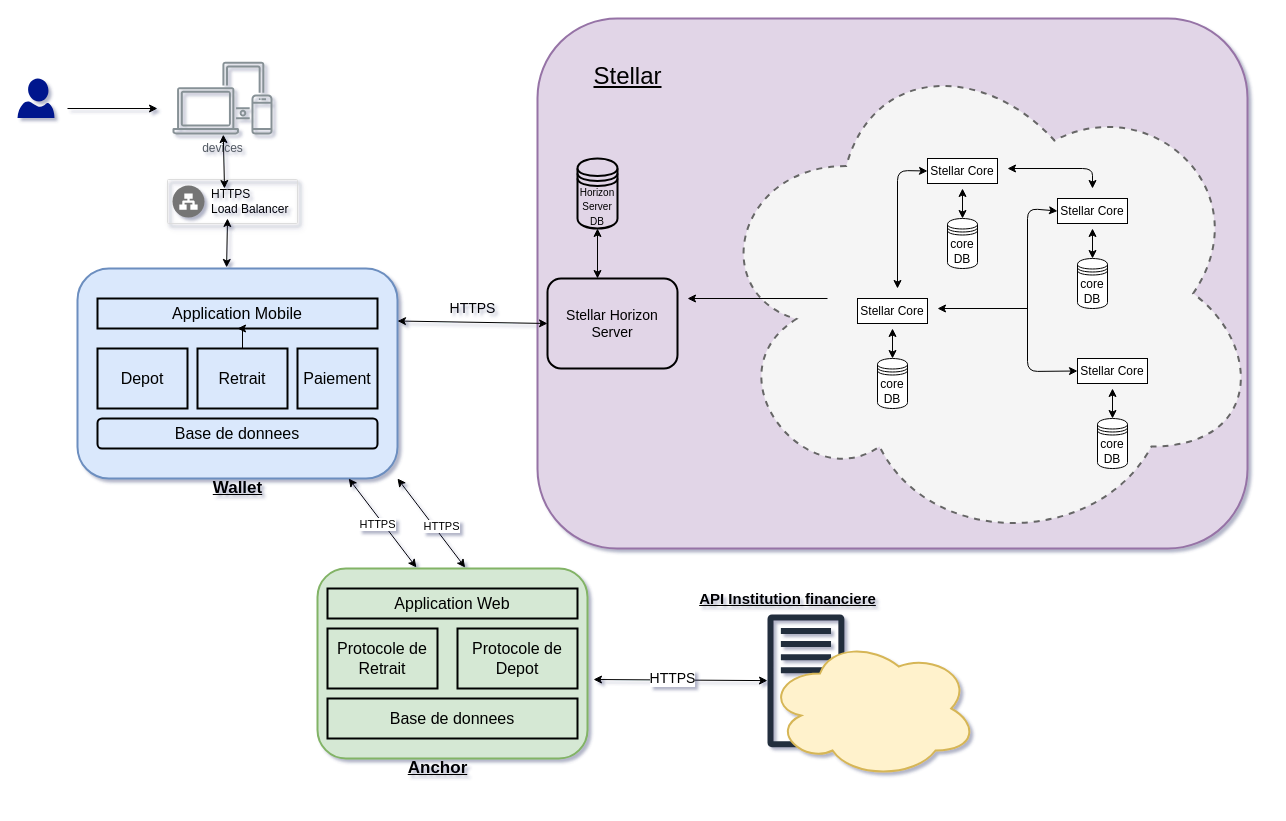
mouhagaye/appdiagram keeps this draw.io diagram as Architecture .drawio. Above is the earlier version. Source tidied: cells renumbered, new cells numbered last; positions are measured from the earlier drawing's top-left corner, leaving out a move shared by most shapes. Both pictures are drawn from the tidied source at 100%, with x=0, y=0 at pixel (17, 18).
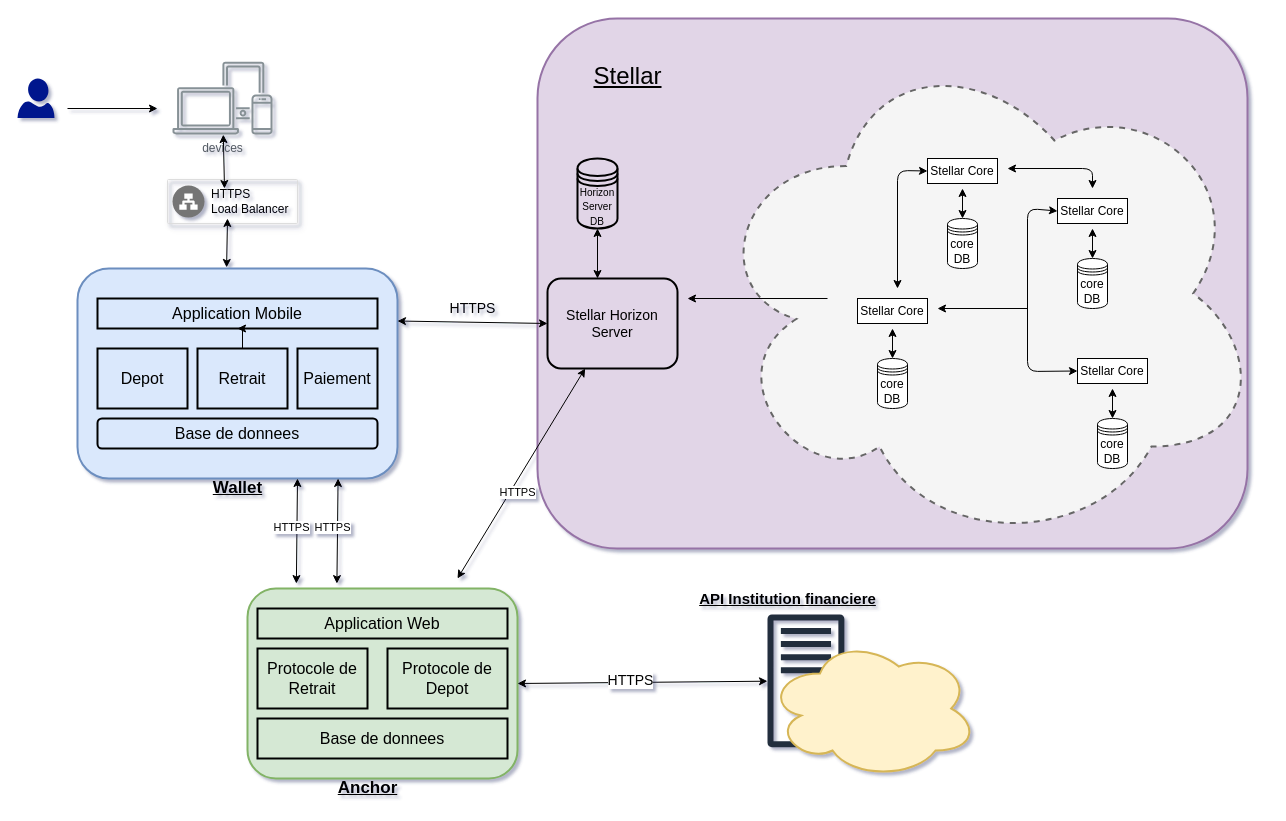
Above is the later version.

The change refers to these unchanged cells:
```xml
<mxCell id="21" value="&lt;font style=&quot;font-size: 14px&quot;&gt;Stellar Horizon&lt;br&gt;Server&lt;/font&gt;" style="rounded=1;whiteSpace=wrap;html=1;strokeWidth=2;fillColor=none;" parent="1" vertex="1">
  <mxGeometry x="530" y="260" width="130" height="90" as="geometry" />
</mxCell>
<mxCell id="25" style="rounded=1;whiteSpace=wrap;html=1;strokeColor=#6c8ebf;strokeWidth=2;fillColor=#dae8fc;" parent="1" vertex="1">
  <mxGeometry x="60" y="250" width="320" height="210" as="geometry" />
</mxCell>
<mxCell id="43" style="outlineConnect=0;fontColor=#232F3E;gradientColor=none;fillColor=#232F3E;strokeColor=none;dashed=0;verticalLabelPosition=bottom;verticalAlign=top;align=center;html=1;fontSize=12;fontStyle=0;shape=mxgraph.aws4.traditional_server;" parent="1" vertex="1">
  <mxGeometry x="750" y="595.7" width="76.9" height="133.3" as="geometry" />
</mxCell>
```

Diff of the diagram source:
```diff
@@
     <mxCell id="34" style="rounded=1;whiteSpace=wrap;html=1;strokeColor=#82b366;strokeWidth=2;fillColor=#d5e8d4;" parent="1" vertex="1">
-      <mxGeometry x="300" y="550" width="270" height="190" as="geometry" />
+      <mxGeometry x="230" y="570" width="270" height="190" as="geometry" />
     </mxCell>
     <mxCell id="35" value="&lt;font style=&quot;font-size: 16px&quot;&gt;Application Web&lt;/font&gt;" style="rounded=0;whiteSpace=wrap;html=1;strokeColor=#000000;strokeWidth=2;fillColor=none;" parent="1" vertex="1">
-      <mxGeometry x="310" y="570" width="250" height="30" as="geometry" />
+      <mxGeometry x="240" y="590" width="250" height="30" as="geometry" />
     </mxCell>
     <mxCell id="36" value="&lt;font style=&quot;font-size: 16px&quot;&gt;Protocole de&lt;br&gt;Retrait&lt;/font&gt;" style="rounded=0;whiteSpace=wrap;html=1;strokeColor=#000000;strokeWidth=2;fillColor=none;" parent="1" vertex="1">
-      <mxGeometry x="310" y="610" width="110" height="60" as="geometry" />
+      <mxGeometry x="240" y="630" width="110" height="60" as="geometry" />
     </mxCell>
     <mxCell id="37" value="&lt;font style=&quot;font-size: 16px&quot;&gt;Protocole de&lt;br&gt;Depot&lt;/font&gt;" style="rounded=0;whiteSpace=wrap;html=1;strokeColor=#000000;strokeWidth=2;fillColor=none;" parent="1" vertex="1">
-      <mxGeometry x="440" y="610" width="120" height="60" as="geometry" />
+      <mxGeometry x="370" y="630" width="120" height="60" as="geometry" />
     </mxCell>
     <mxCell id="38" value="&lt;font style=&quot;font-size: 16px&quot;&gt;Base de donnees&lt;/font&gt;" style="rounded=0;whiteSpace=wrap;html=1;strokeColor=#000000;strokeWidth=2;fillColor=none;" parent="1" vertex="1">
-      <mxGeometry x="310" y="680" width="250" height="40" as="geometry" />
+      <mxGeometry x="240" y="700" width="250" height="40" as="geometry" />
     </mxCell>
-    <mxCell id="39" style="endArrow=classic;startArrow=classic;html=1;entryX=0.547;entryY=-0.005;entryDx=0;entryDy=0;entryPerimeter=0;exitX=1;exitY=1;exitDx=0;exitDy=0;" parent="1" edge="1" source="25" target="34">
-      <mxGeometry relative="1" as="geometry" />
+    <mxCell id="39" style="endArrow=classic;startArrow=classic;html=1;" parent="1" edge="1" source="21">
+      <mxGeometry relative="1" as="geometry">
+        <mxPoint x="440" y="560" as="targetPoint" />
+      </mxGeometry>
     </mxCell>
@@
-    <mxCell id="41" style="endArrow=classic;startArrow=classic;html=1;entryX=0.547;entryY=-0.005;entryDx=0;entryDy=0;entryPerimeter=0;exitX=1;exitY=1;exitDx=0;exitDy=0;" parent="1" edge="1">
+    <mxCell id="41" style="endArrow=classic;startArrow=classic;html=1;entryX=0.181;entryY=-0.026;entryDx=0;entryDy=0;entryPerimeter=0;exitX=1;exitY=1;exitDx=0;exitDy=0;" parent="1" edge="1" target="34">
       <mxGeometry relative="1" as="geometry">
-        <mxPoint x="331.2" y="460" as="sourcePoint" />
-        <mxPoint x="398.9" y="549" as="targetPoint" />
+        <mxPoint x="280" y="460" as="sourcePoint" />
       </mxGeometry>
     </mxCell>
@@
-    <mxCell id="45" style="endArrow=classic;startArrow=classic;html=1;" parent="1" edge="1" target="43">
-      <mxGeometry relative="1" as="geometry">
-        <mxPoint x="576" y="661" as="sourcePoint" />
-      </mxGeometry>
+    <mxCell id="45" style="endArrow=classic;startArrow=classic;html=1;exitX=1;exitY=0.5;exitDx=0;exitDy=0;" parent="1" edge="1" source="34" target="43">
+      <mxGeometry relative="1" as="geometry" />
     </mxCell>
@@
     <mxCell id="48" value="&lt;b&gt;&lt;font style=&quot;font-size: 17px&quot;&gt;&lt;u&gt;Anchor&lt;/u&gt;&lt;/font&gt;&lt;/b&gt;" style="text;html=1;align=center;verticalAlign=middle;strokeColor=none;fontSize=14;" parent="1" vertex="1">
-      <mxGeometry x="380" y="740" width="80" height="20" as="geometry" />
+      <mxGeometry x="310" y="760" width="80" height="20" as="geometry" />
     </mxCell>
@@
+    <mxCell id="57" style="endArrow=classic;startArrow=classic;html=1;entryX=0.181;entryY=-0.026;entryDx=0;entryDy=0;entryPerimeter=0;exitX=1;exitY=1;exitDx=0;exitDy=0;" parent="1" edge="1">
+      <mxGeometry relative="1" as="geometry">
+        <mxPoint x="320.6" y="460" as="sourcePoint" />
+        <mxPoint x="319.4" y="565.1" as="targetPoint" />
+      </mxGeometry>
+    </mxCell>
+    <mxCell id="58" value="HTTPS" style="edgeLabel;html=1;align=center;verticalAlign=middle;" parent="57" vertex="1">
+      <mxGeometry x="-0.04" y="-6" relative="1" as="geometry">
+        <mxPoint y="-1" as="offset" />
+      </mxGeometry>
+    </mxCell>
```
